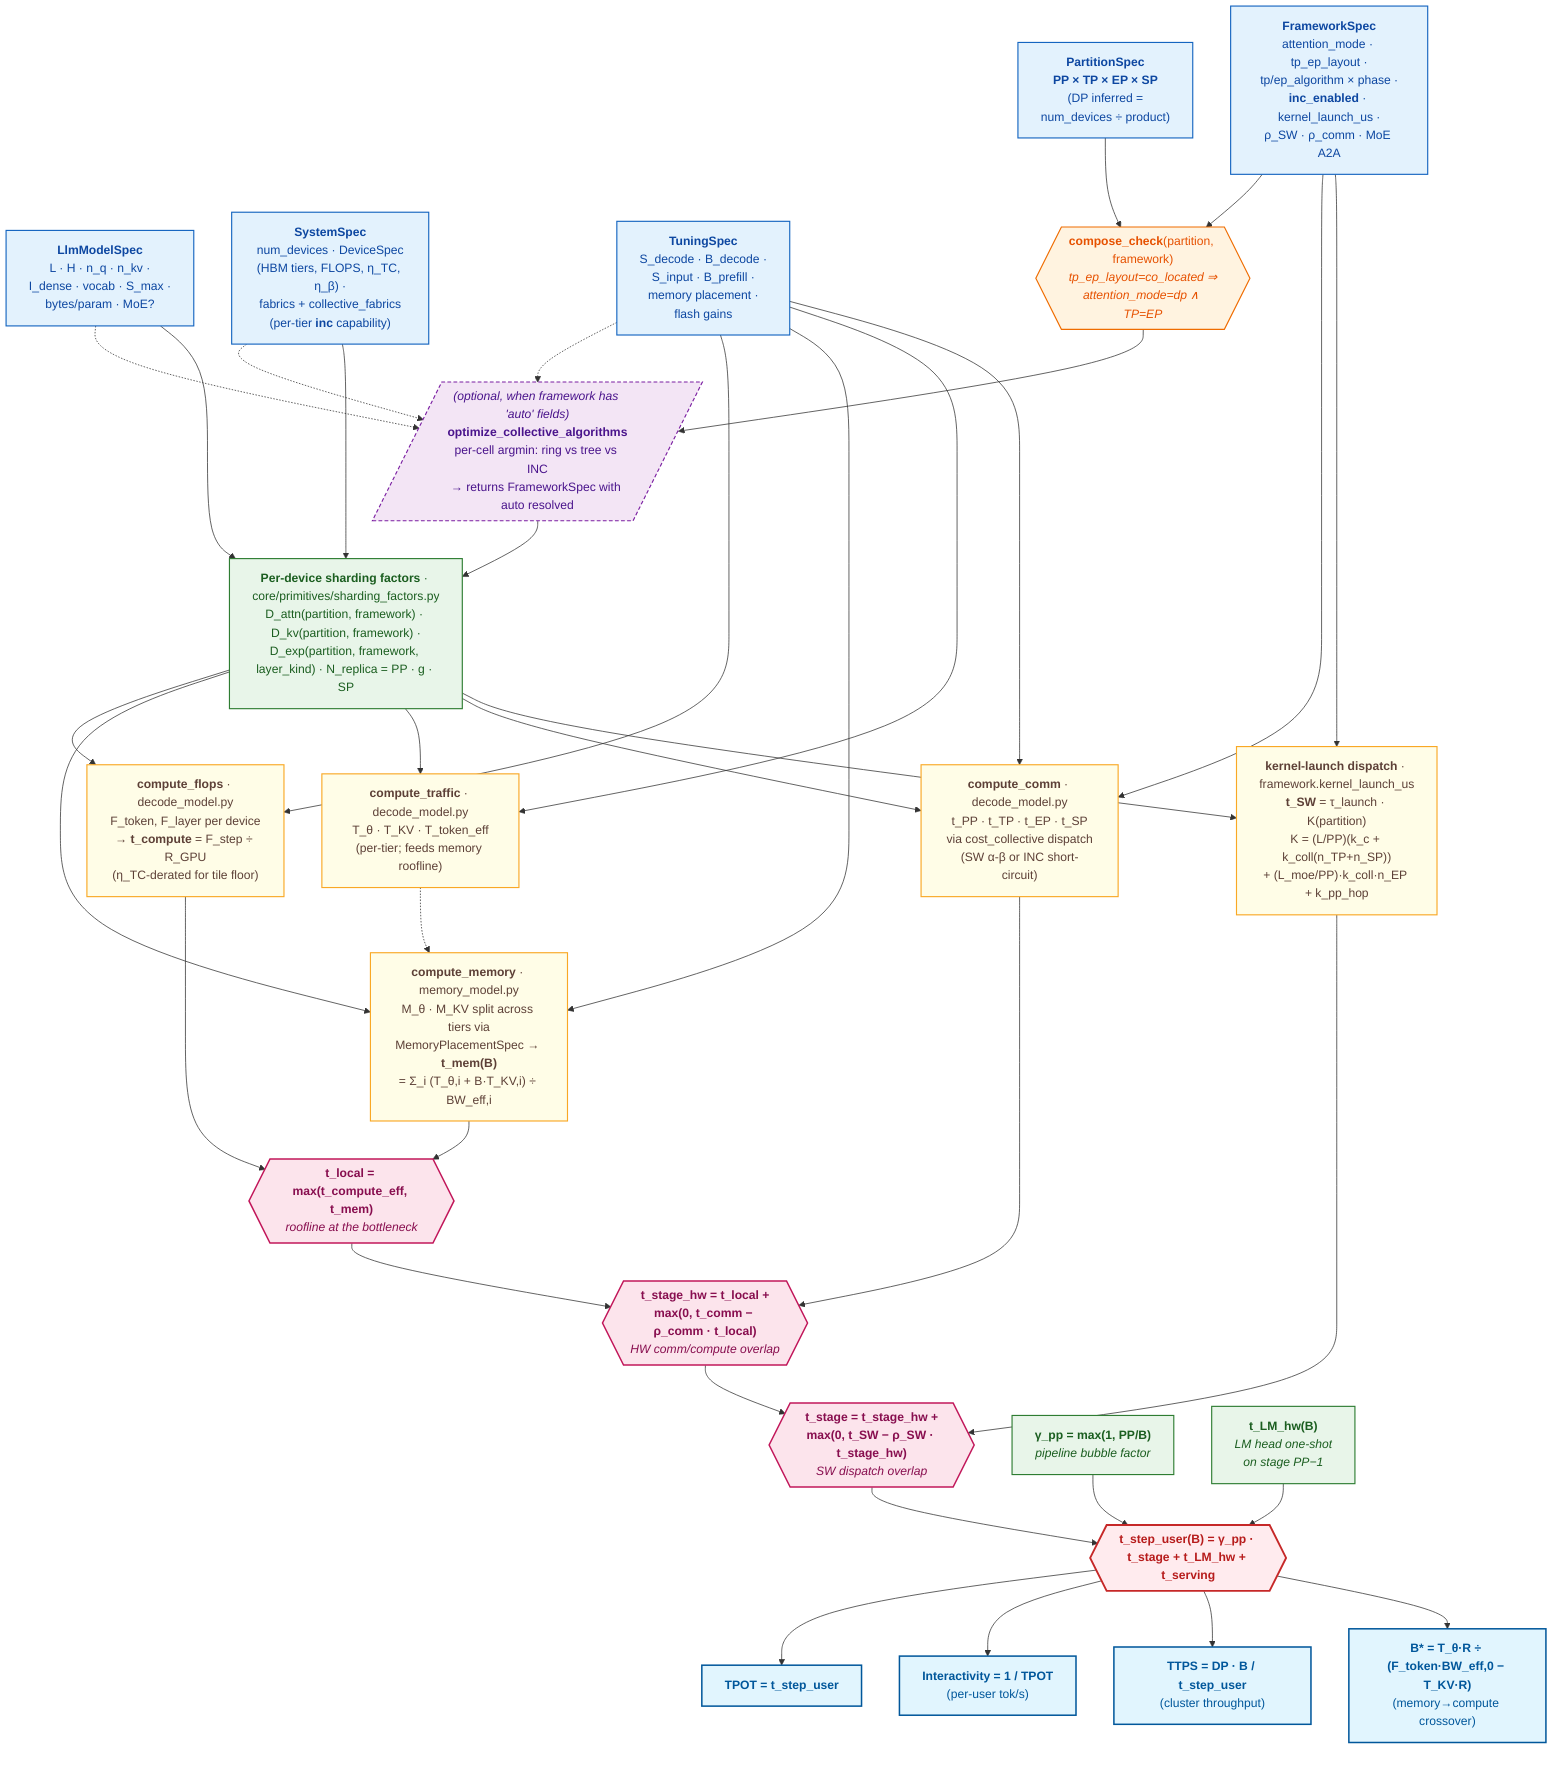
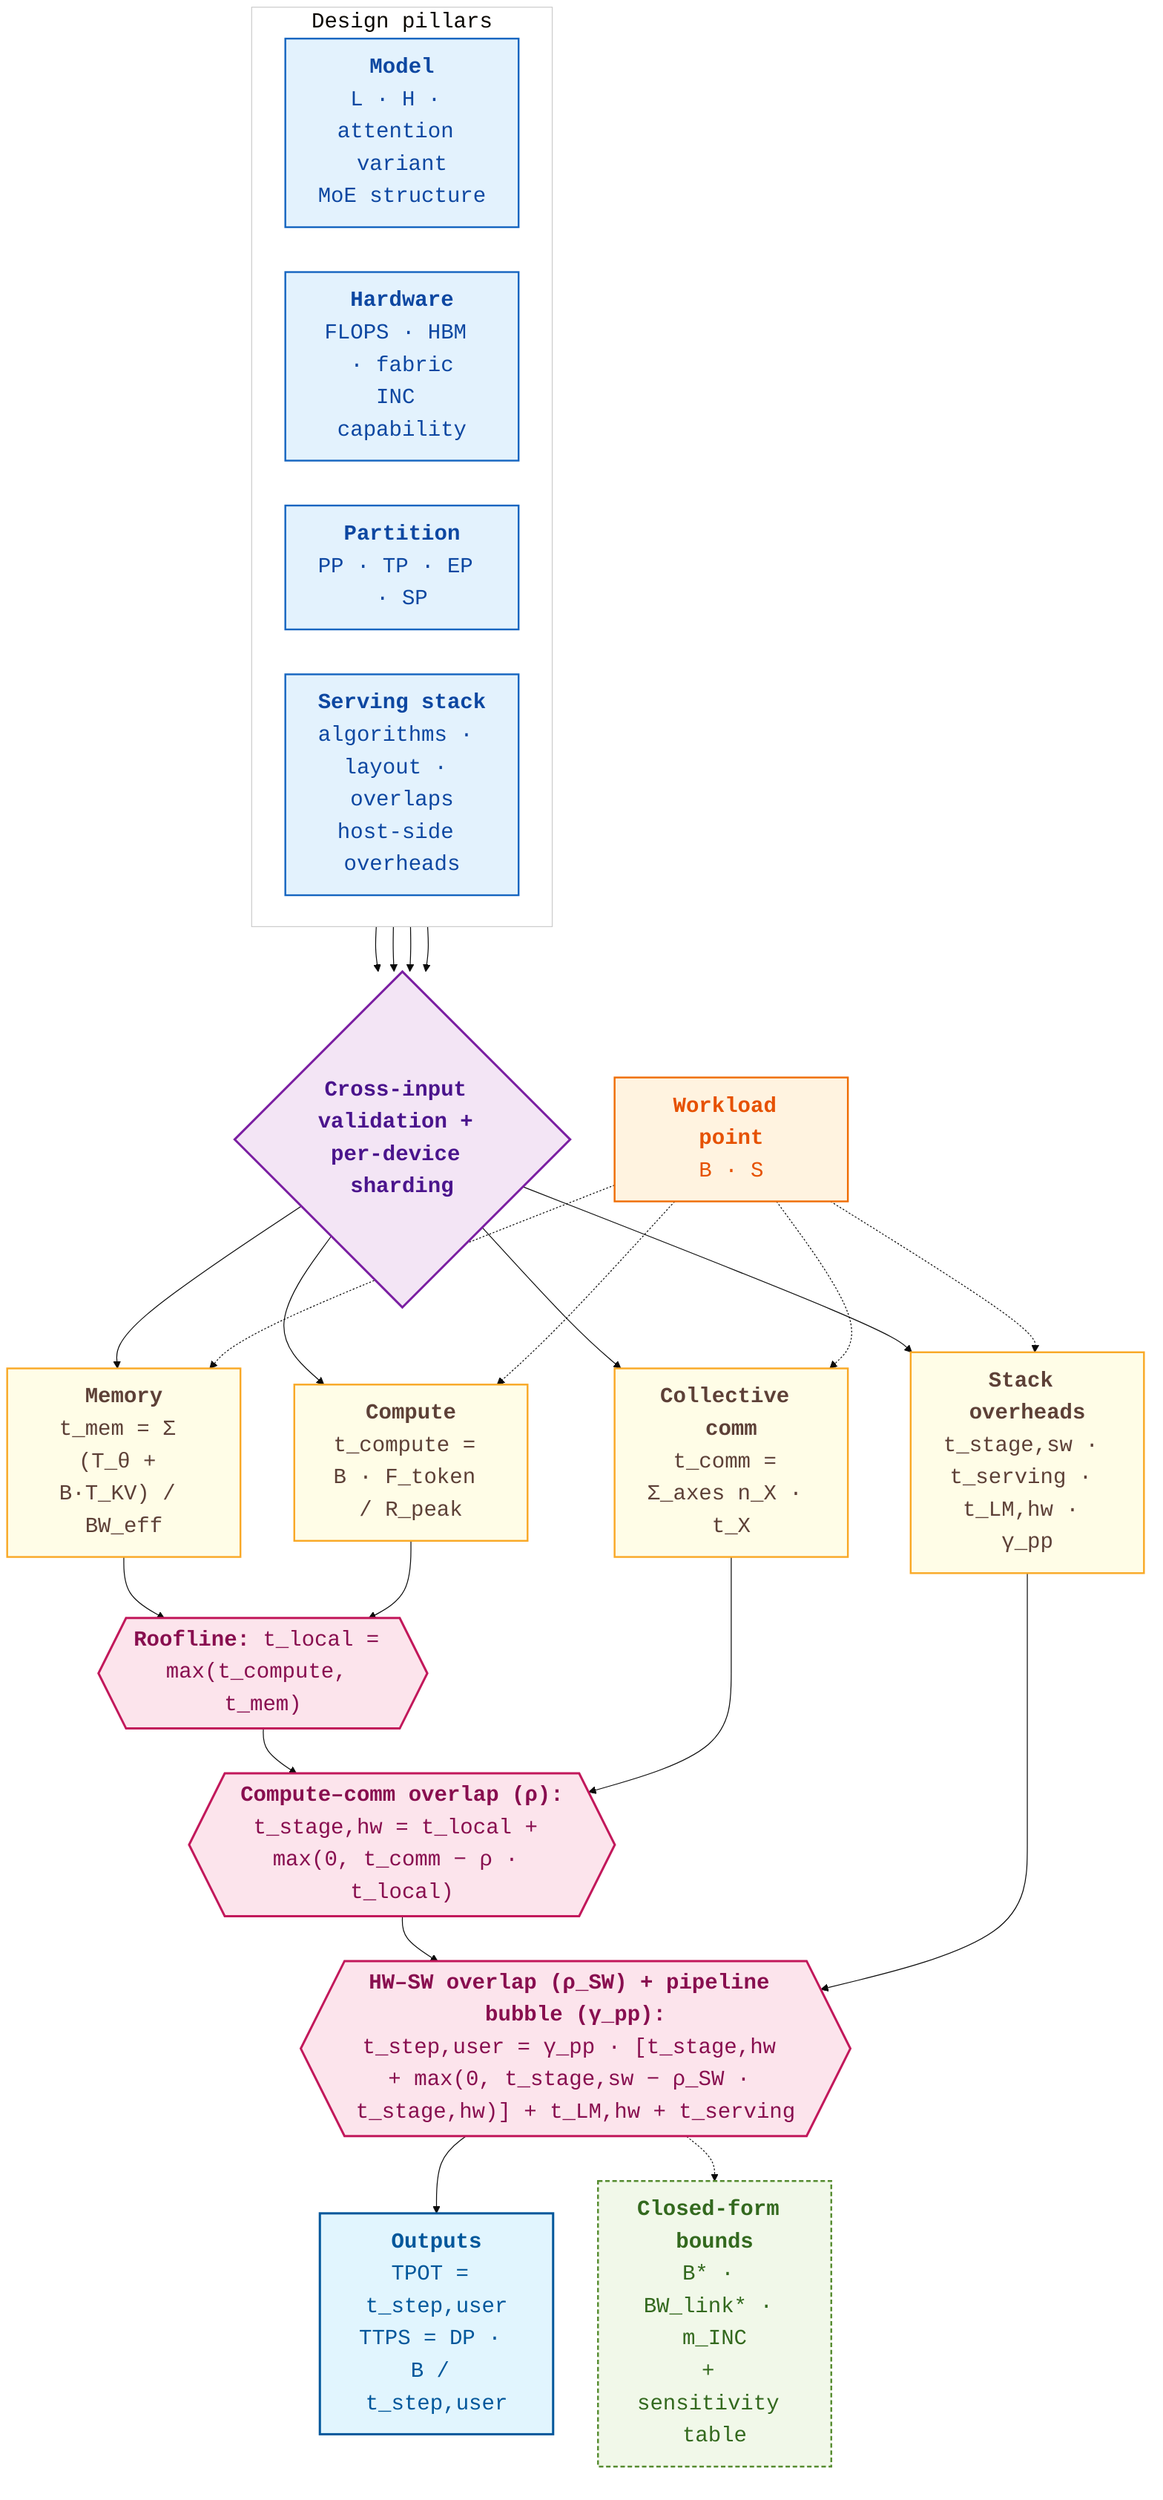
- %% Decode modeling flow — 5-spec composition.
- %% 5 typed dataclass inputs → cross-spec validation + (optional) collective
- %% algorithm optimizer → per-device sharding factors → 4 parallel cost
- %% branches → 2-stage overlap-aware assembly → user-observed TPOT/TTPS.
+ %%{init: {'theme':'base', 'themeVariables': {'fontFamily':'monospace', 'fontSize':'24px'}}}%%
flowchart TD
-     %% ── 5-spec inputs ─────────────────────────────────────────────
-     Model["<b>LlmModelSpec</b><br/>L · H · n_q · n_kv ·<br/>I_dense · vocab · S_max ·<br/>bytes/param · MoE?"]:::spec
-     System["<b>SystemSpec</b><br/>num_devices · DeviceSpec<br/>(HBM tiers, FLOPS, η_TC, η_β) ·<br/>fabrics + collective_fabrics<br/>(per-tier <b><font color='#0D47A1'>inc</font></b> capability)"]:::spec
-     Partition["<b>PartitionSpec</b><br/><b><font color='#0D47A1'>PP × TP × EP × SP</font></b><br/>(DP inferred =<br/>num_devices ÷ product)"]:::spec
-     Tuner["<b>TuningSpec</b><br/>S_decode · B_decode ·<br/>S_input · B_prefill ·<br/>memory placement ·<br/>flash gains"]:::spec
-     Framework["<b>FrameworkSpec</b><br/>attention_mode · tp_ep_layout ·<br/>tp/ep_algorithm × phase ·<br/><b><font color='#0D47A1'>inc_enabled</font></b> · kernel_launch_us ·<br/>ρ_SW · ρ_comm · MoE A2A"]:::spec

-     %% ── Cross-spec validation + (optional) optimizer ──────────────
-     Compose{{"<b>compose_check</b>(partition, framework)<br/><i>tp_ep_layout=co_located ⇒<br/>attention_mode=dp ∧ TP=EP</i>"}}:::check
-     Partition --> Compose
-     Framework --> Compose
+     %% ── Inputs: four design pillars + workload point ──
+     subgraph PILLARS ["Design pillars"]
+       direction LR
+       Model["<div style='min-width:130px'><b>Model</b><br/>L · H · attention variant<br/>MoE structure</div>"]
+       HW["<div style='min-width:130px'><b>Hardware</b><br/>FLOPS · HBM · fabric<br/>INC capability</div>"]
+       Part["<div style='min-width:130px'><b>Partition</b><br/>PP · TP · EP · SP</div>"]
+       Stack["<div style='min-width:130px'><b>Serving stack</b><br/>algorithms · layout · overlaps<br/>host-side overheads</div>"]
+     end

-     Opt[/"<i>(optional, when framework has 'auto' fields)</i><br/><b>optimize_collective_algorithms</b><br/>per-cell argmin: ring vs tree vs INC<br/>→ returns FrameworkSpec with auto resolved"/]:::opt
-     Compose --> Opt
-     Model -.-> Opt
-     System -.-> Opt
-     Tuner -.-> Opt
+     WL["<div style='min-width:110px'><b>Workload point</b><br/>B · S</div>"]

-     %% ── Per-device sharding factors ───────────────────────────────
-     Sharding["<b>Per-device sharding factors</b> · core/primitives/sharding_factors.py<br/>D_attn(partition, framework) · D_kv(partition, framework) ·<br/>D_exp(partition, framework, layer_kind) · N_replica = PP · g · SP"]:::derive
-     Opt --> Sharding
-     Model --> Sharding
-     System --> Sharding
+     %% ── Validation + sharding ──
+     Compose{"<div style='min-width:180px'><b>Cross-input validation + per-device sharding</b></div>"}
+     Model --> Compose
+     HW --> Compose
+     Part --> Compose
+     Stack --> Compose

-     %% ── 4 parallel cost branches ──────────────────────────────────
-     Sharding --> Compute
-     Sharding --> Memory
-     Sharding --> Traffic
-     Sharding --> Comm
-     Sharding --> SW
+     %% ── 4 cost branches ──
+     Compose --> Memory
+     Compose --> Compute
+     Compose --> Comm
+     Compose --> Stk
+     WL -.-> Memory
+     WL -.-> Compute
+     WL -.-> Comm
+     WL -.-> Stk

-     Compute["<b>compute_flops</b> · decode_model.py<br/>F_token, F_layer per device<br/>→ <b>t_compute</b> = F_step ÷ R_GPU<br/>(η_TC-derated for tile floor)"]:::branch
-     Memory["<b>compute_memory</b> · memory_model.py<br/>M_θ · M_KV split across tiers via<br/>MemoryPlacementSpec → <b>t_mem(B)</b><br/>= Σ_i (T_θ,i + B·T_KV,i) ÷ BW_eff,i"]:::branch
-     Traffic["<b>compute_traffic</b> · decode_model.py<br/>T_θ · T_KV · T_token_eff<br/>(per-tier; feeds memory roofline)"]:::branch
-     Comm["<b>compute_comm</b> · decode_model.py<br/>t_PP · t_TP · t_EP · t_SP<br/>via cost_collective dispatch<br/>(SW α-β or INC short-circuit)"]:::branch
-     SW["<b>kernel-launch dispatch</b> · framework.kernel_launch_us<br/><b>t_SW</b> = τ_launch · K(partition)<br/>K = (L/PP)(k_c + k_coll(n_TP+n_SP))<br/>+ (L_moe/PP)·k_coll·n_EP + k_pp_hop"]:::branch
+     Memory["<div style='min-width:190px'><b>Memory</b><br/>t_mem = Σ (T_θ + B·T_KV) / BW_eff</div>"]
+     Compute["<div style='min-width:190px'><b>Compute</b><br/>t_compute = B · F_token / R_peak</div>"]
+     Comm["<div style='min-width:190px'><b>Collective comm</b><br/>t_comm = Σ_axes n_X · t_X</div>"]
+     Stk["<div style='min-width:190px'><b>Stack overheads</b><br/>t_stage,sw · t_serving · t_LM,hw · γ_pp</div>"]

-     Tuner --> Compute
-     Tuner --> Memory
-     Tuner --> Traffic
-     Tuner --> Comm
-     Framework --> Comm
-     Framework --> SW
+     %% ── 3-stage assembly funnel ──
+     Memory --> Local
+     Compute --> Local
+     Local{{"<div style='min-width:290px'><b>Roofline:</b> t_local = max(t_compute, t_mem)</div>"}}

-     Traffic -.-> Memory
+     Local --> StageHW
+     Comm --> StageHW
+     StageHW{{"<div style='min-width:380px'><b>Compute–comm overlap (ρ):</b><br/>t_stage,hw = t_local + max(0, t_comm − ρ · t_local)</div>"}}

-     %% ── Assembly funnel: HW overlap → SW overlap → bubble+LM ──────
-     Compute --> Local{{"<b>t_local = max(t_compute_eff, t_mem)</b><br/><i>roofline at the bottleneck</i>"}}:::assemble
-     Memory --> Local
+     StageHW --> Step
+     Stk --> Step
+     Step{{"<div style='min-width:500px'><b>HW–SW overlap (ρ_SW) + pipeline bubble (γ_pp):</b><br/>t_step,user = γ_pp · [t_stage,hw + max(0, t_stage,sw − ρ_SW · t_stage,hw)] + t_LM,hw + t_serving</div>"}}

-     Local --> StageHW{{"<b>t_stage_hw = t_local +<br/>max(0, t_comm − ρ_comm · t_local)</b><br/><i>HW comm/compute overlap</i>"}}:::assemble
-     Comm --> StageHW
+     %% ── Outputs + bounds side-by-side ──
+     Step --> Out
+     Step -.-> Bounds

-     StageHW --> Stage{{"<b>t_stage = t_stage_hw +<br/>max(0, t_SW − ρ_SW · t_stage_hw)</b><br/><i>SW dispatch overlap</i>"}}:::assemble
-     SW --> Stage
+     Out["<div style='min-width:200px'><b>Outputs</b><br/>TPOT = t_step,user<br/>TTPS = DP · B / t_step,user</div>"]
+     Bounds["<div style='min-width:200px'><b>Closed-form bounds</b><br/>B* · BW_link* · m_INC<br/>+ sensitivity table</div>"]

-     Bubble["<b>γ_pp = max(1, PP/B)</b><br/><i>pipeline bubble factor</i>"]:::derive
-     LM["<b>t_LM_hw(B)</b><br/><i>LM head one-shot<br/>on stage PP−1</i>"]:::derive
+     %% ── Styling ──
+     classDef pillar fill:#E3F2FD,stroke:#1565C0,stroke-width:2px,color:#0D47A1
+     classDef workload fill:#FFF3E0,stroke:#EF6C00,stroke-width:2px,color:#E65100
+     classDef gate fill:#F3E5F5,stroke:#7B1FA2,stroke-width:2.5px,color:#4A148C
+     classDef branch fill:#FFFDE7,stroke:#F9A825,stroke-width:2px,color:#5D4037
+     classDef assemble fill:#FCE4EC,stroke:#C2185B,stroke-width:2.5px,color:#880E4F
+     classDef out fill:#E1F5FE,stroke:#01579B,stroke-width:2.5px,color:#01579B
+     classDef sidebar fill:#F1F8E9,stroke:#558B2F,stroke-width:2px,stroke-dasharray: 5 3,color:#33691E

-     Stage --> Final{{"<b>t_step_user(B) = γ_pp · t_stage + t_LM_hw + t_serving</b>"}}:::final
-     Bubble --> Final
-     LM --> Final
+     class Model,HW,Part,Stack pillar
+     class WL workload
+     class Compose gate
+     class Memory,Compute,Comm,Stk branch
+     class Local,StageHW,Step assemble
+     class Out out
+     class Bounds sidebar

-     %% ── Outputs ───────────────────────────────────────────────────
-     Final --> TPOT["<b>TPOT = t_step_user</b>"]:::out
-     Final --> Inter["<b>Interactivity = 1 / TPOT</b><br/>(per-user tok/s)"]:::out
-     Final --> TTPS["<b>TTPS = DP · B / t_step_user</b><br/>(cluster throughput)"]:::out
-     Final --> Bstar["<b>B* = T_θ·R ÷ (F_token·BW_eff,0 − T_KV·R)</b><br/>(memory→compute crossover)"]:::out
- 
-     %% ── Styling ──────────────────────────────────────────────────
-     classDef spec      fill:#E3F2FD,stroke:#1565C0,stroke-width:1.5px,color:#0D47A1
-     classDef check     fill:#FFF3E0,stroke:#EF6C00,stroke-width:1.5px,color:#E65100
-     classDef opt       fill:#F3E5F5,stroke:#7B1FA2,stroke-width:1.5px,stroke-dasharray: 5 3,color:#4A148C
-     classDef derive    fill:#E8F5E9,stroke:#2E7D32,stroke-width:1.5px,color:#1B5E20
-     classDef branch    fill:#FFFDE7,stroke:#F9A825,stroke-width:1.5px,color:#5D4037
-     classDef assemble  fill:#FCE4EC,stroke:#C2185B,stroke-width:2px,color:#880E4F
-     classDef final     fill:#FFEBEE,stroke:#C62828,stroke-width:2.5px,color:#B71C1C
-     classDef out       fill:#E1F5FE,stroke:#01579B,stroke-width:2px,color:#01579B
+     style PILLARS fill:none,stroke:#ccc
